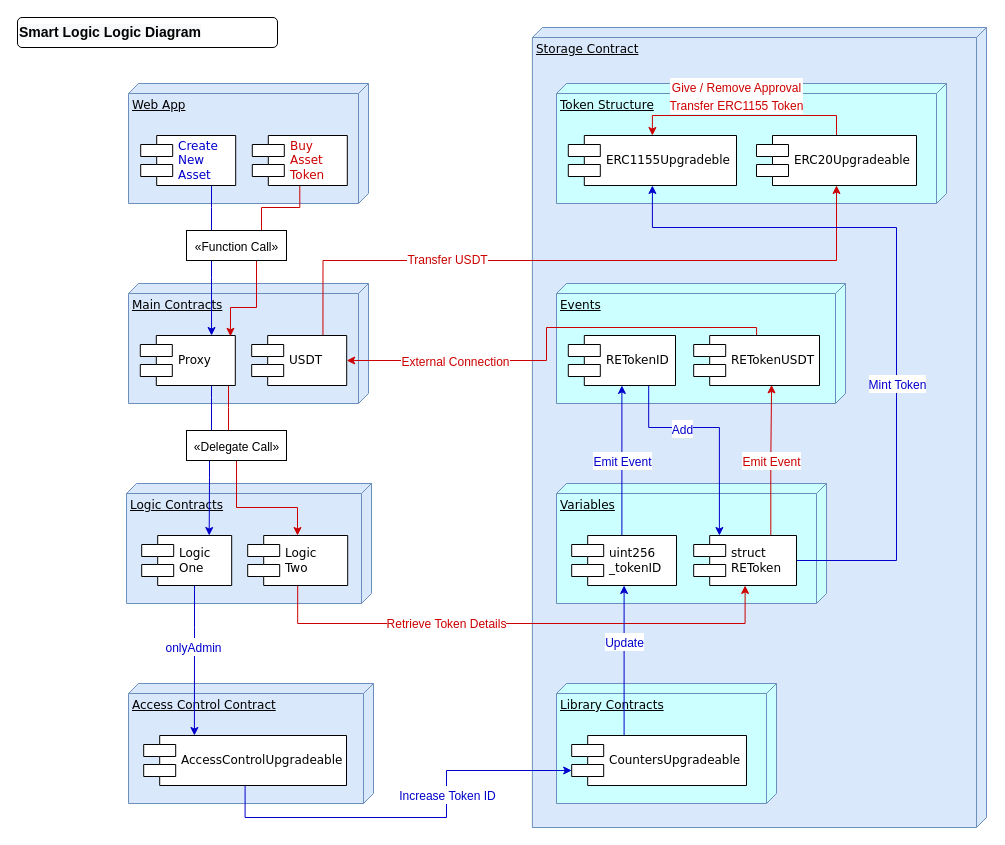
Earlier version of the draw.io diagram page "Smart Contract" (3 of 3) of documentations/ReToken-Component-Diagram.drawio (ReToken-Co/retoken-app). Source tidied: cells renumbered, new cells numbered last; positions are measured from the earlier drawing's top-left corner, leaving out a move shared by most shapes. Both pictures are drawn from the tidied source at 100%, with x=0, y=0 at pixel (17, 17).
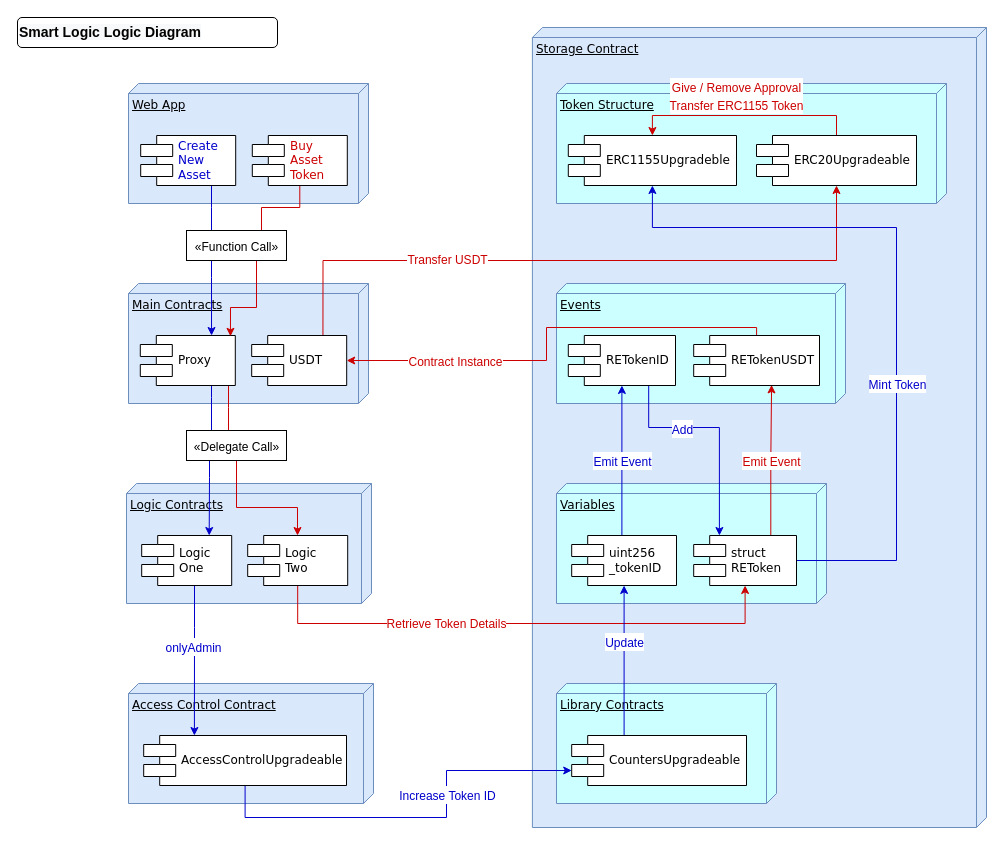
The same page after the edit.

Unchanged cells that the change refers to:
```xml
<mxCell id="26" style="edgeStyle=orthogonalEdgeStyle;rounded=0;jettySize=auto;html=1;exitX=0.5;exitY=0;exitDx=0;exitDy=0;endArrow=classic;endFill=1;strokeColor=#CC0000;fontSize=15;fontColor=#000000;" parent="1" edge="1" source="28" target="12">
  <mxGeometry relative="1" as="geometry">
    <Array as="points">
      <mxPoint x="739" y="310" />
      <mxPoint x="529" y="310" />
      <mxPoint x="529" y="343" />
    </Array>
  </mxGeometry>
</mxCell>
```

What changed in the source:
```diff
@@
-    <mxCell id="27" value="&lt;font style=&quot;font-size: 12px&quot; color=&quot;#cc0000&quot;&gt;External Connection&lt;/font&gt;" style="edgeLabel;html=1;align=center;verticalAlign=middle;fontSize=15;fontColor=#000000;" parent="26" vertex="1">
+    <mxCell id="27" value="&lt;font style=&quot;font-size: 12px&quot; color=&quot;#cc0000&quot;&gt;Contract Instance&lt;/font&gt;" style="edgeLabel;html=1;align=center;verticalAlign=middle;fontSize=15;fontColor=#000000;" parent="26" vertex="1">
       <mxGeometry x="0.49" y="-2" relative="1" as="geometry">
         <mxPoint x="-7" y="1.9" as="offset" />
       </mxGeometry>
     </mxCell>
```
